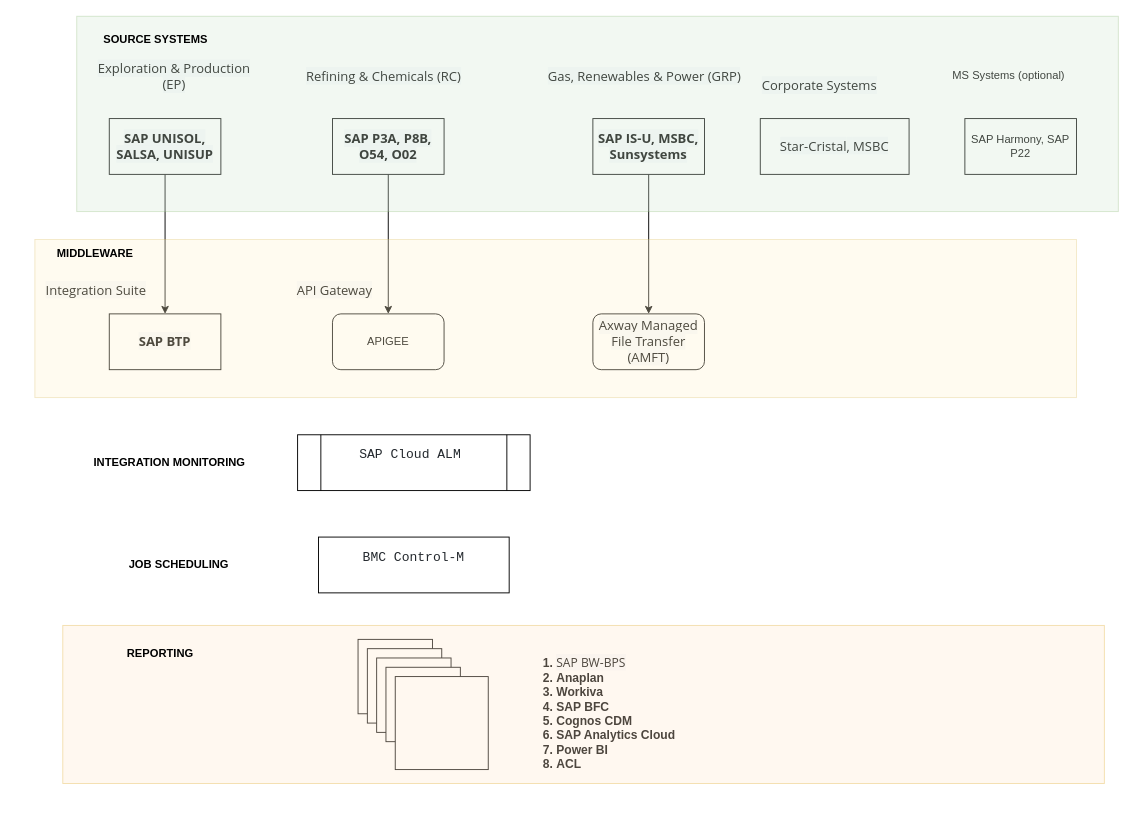
The draw.io diagram total.drawio in biswarup81/drawings, before the edit. Source tidied: cells renumbered, new cells numbered last; positions are measured from the earlier drawing's top-left corner, leaving out a move shared by most shapes. Both pictures are drawn from the tidied source at 93%, with x=0, y=0 at pixel (16, 16).
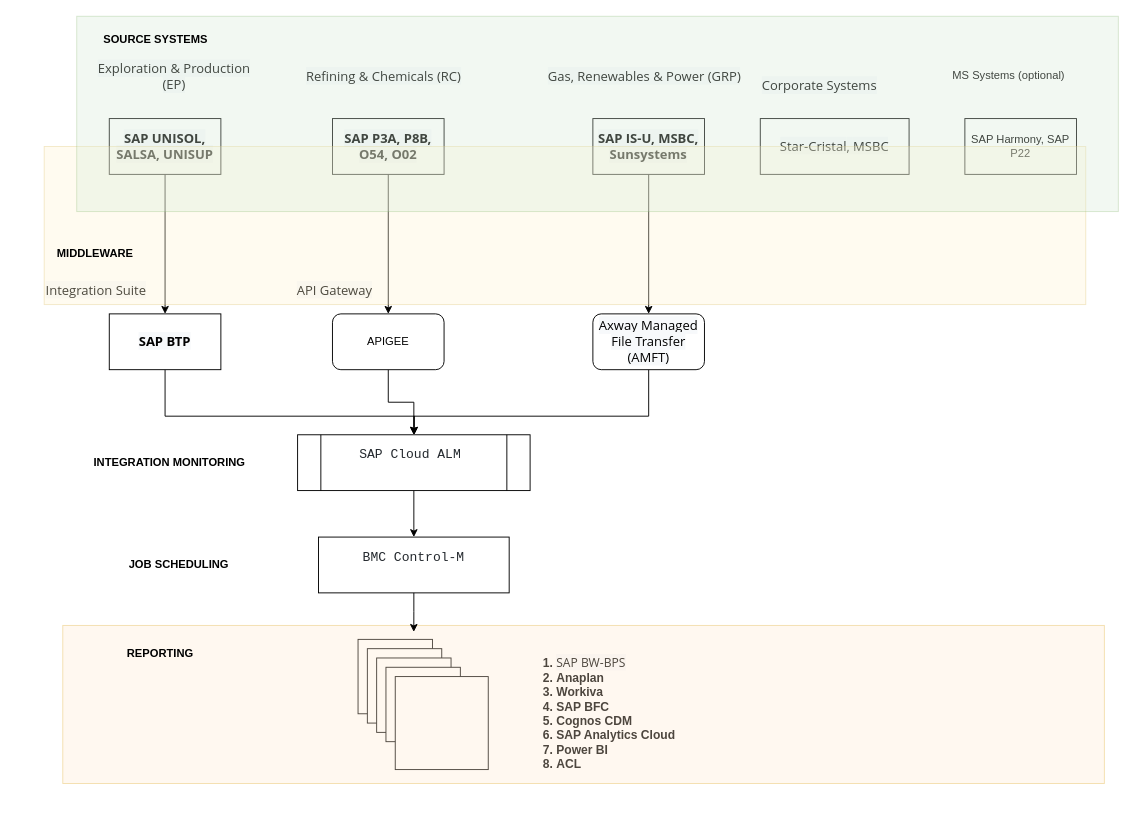
The same diagram, later.

Unchanged cells that the change refers to:
```xml
<mxCell id="11" value="&lt;span style=&quot;box-sizing: border-box; font-weight: bolder; font-family: &amp;quot;Open Sans&amp;quot;, sans-serif; font-size: 14px; text-align: justify; background-color: rgb(247, 249, 251);&quot;&gt;SAP BTP&lt;/span&gt;" style="rounded=0;whiteSpace=wrap;html=1;" parent="1" vertex="1">
  <mxGeometry x="100" y="320" width="120" height="60" as="geometry" />
</mxCell>
<mxCell id="13" value="APIGEE" style="rounded=1;whiteSpace=wrap;html=1;" parent="1" vertex="1">
  <mxGeometry x="340" y="320" width="120" height="60" as="geometry" />
</mxCell>
<mxCell id="15" value="&lt;span style=&quot;box-sizing: border-box; font-family: &amp;quot;Open Sans&amp;quot;, sans-serif; font-size: 14px; text-align: justify; background-color: rgb(247, 249, 251);&quot;&gt;Axway Managed File Transfer (AMFT)&lt;/span&gt;" style="rounded=1;whiteSpace=wrap;html=1;" parent="1" vertex="1">
  <mxGeometry x="620" y="320" width="120" height="60" as="geometry" />
</mxCell>
<mxCell id="16" value="&lt;pre style=&quot;box-sizing: border-box; font-family: monospace, monospace; font-size: 14px; background: var(--color-nav-text); padding: 0px 0px 1rem 1rem; margin-right: 1rem; overflow-x: auto; width: auto; max-width: 100%; border-top-left-radius: var(--default-border-radius); border-top-right-radius: var(--default-border-radius); text-align: start;&quot; dir=&quot;auto&quot;&gt;&lt;code style=&quot;box-sizing: border-box; font-family: monospace, monospace; font-size: 1em; color: rgb(36, 41, 46); background: rgb(255, 255, 255); max-width: 100%; text-wrap: wrap;&quot; class=&quot;language-plaintext hljs&quot;&gt;SAP Cloud ALM &lt;/code&gt;&lt;/pre&gt;" style="shape=process;whiteSpace=wrap;html=1;backgroundOutline=1;" parent="1" vertex="1">
  <mxGeometry x="302.5" y="450" width="250" height="60" as="geometry" />
</mxCell>
<mxCell id="17" value="&lt;pre style=&quot;box-sizing: border-box; font-family: monospace, monospace; font-size: 14px; background: var(--color-nav-text); padding: 0px 0px 1rem 1rem; margin-right: 1rem; overflow-x: auto; width: auto; max-width: 100%; border-top-left-radius: var(--default-border-radius); border-top-right-radius: var(--default-border-radius); text-align: start;&quot; dir=&quot;auto&quot;&gt;&lt;code style=&quot;box-sizing: border-box; font-family: monospace, monospace; font-size: 1em; color: rgb(36, 41, 46); background: rgb(255, 255, 255); max-width: 100%; text-wrap: wrap;&quot; class=&quot;language-plaintext hljs&quot;&gt;BMC Control-M&lt;/code&gt;&lt;/pre&gt;" style="rounded=0;whiteSpace=wrap;html=1;" parent="1" vertex="1">
  <mxGeometry x="325" y="560" width="205" height="60" as="geometry" />
</mxCell>
<mxCell id="32" style="rounded=0;whiteSpace=wrap;html=1;fillColor=#ffe6cc;strokeColor=#d79b00;opacity=30;" parent="1" vertex="1">
  <mxGeometry x="50" y="655" width="1120" height="170" as="geometry" />
</mxCell>
```

What changed in the source:
```diff
@@
+    <mxCell id="36" style="edgeStyle=orthogonalEdgeStyle;rounded=0;jettySize=auto;html=1;" parent="1" edge="1" source="11" target="16">
+      <mxGeometry relative="1" as="geometry">
+        <Array as="points">
+          <mxPoint x="160" y="430" />
+          <mxPoint x="428" y="430" />
+        </Array>
+      </mxGeometry>
+    </mxCell>
@@
+    <mxCell id="37" style="edgeStyle=orthogonalEdgeStyle;rounded=0;jettySize=auto;html=1;entryX=0.5;entryY=0;entryDx=0;entryDy=0;" parent="1" edge="1" source="13" target="16">
+      <mxGeometry relative="1" as="geometry" />
+    </mxCell>
@@
+    <mxCell id="38" style="edgeStyle=orthogonalEdgeStyle;rounded=0;jettySize=auto;html=1;entryX=0.5;entryY=0;entryDx=0;entryDy=0;" parent="1" edge="1" source="15" target="16">
+      <mxGeometry relative="1" as="geometry">
+        <Array as="points">
+          <mxPoint x="680" y="430" />
+          <mxPoint x="428" y="430" />
+        </Array>
+      </mxGeometry>
+    </mxCell>
@@
+    <mxCell id="39" style="edgeStyle=orthogonalEdgeStyle;rounded=0;jettySize=auto;html=1;" parent="1" edge="1" source="16" target="17">
+      <mxGeometry relative="1" as="geometry" />
+    </mxCell>
@@
     <mxCell id="28" style="rounded=0;whiteSpace=wrap;html=1;fillColor=#fff2cc;strokeColor=#d6b656;opacity=30;" parent="1" vertex="1">
-      <mxGeometry x="20" y="240" width="1120" height="170" as="geometry" />
+      <mxGeometry x="30" y="140" width="1120" height="170" as="geometry" />
     </mxCell>
@@
+    <mxCell id="40" style="edgeStyle=orthogonalEdgeStyle;rounded=0;jettySize=auto;html=1;entryX=0.337;entryY=0.041;entryDx=0;entryDy=0;entryPerimeter=0;" parent="1" edge="1" source="17" target="32">
+      <mxGeometry relative="1" as="geometry" />
+    </mxCell>
```
